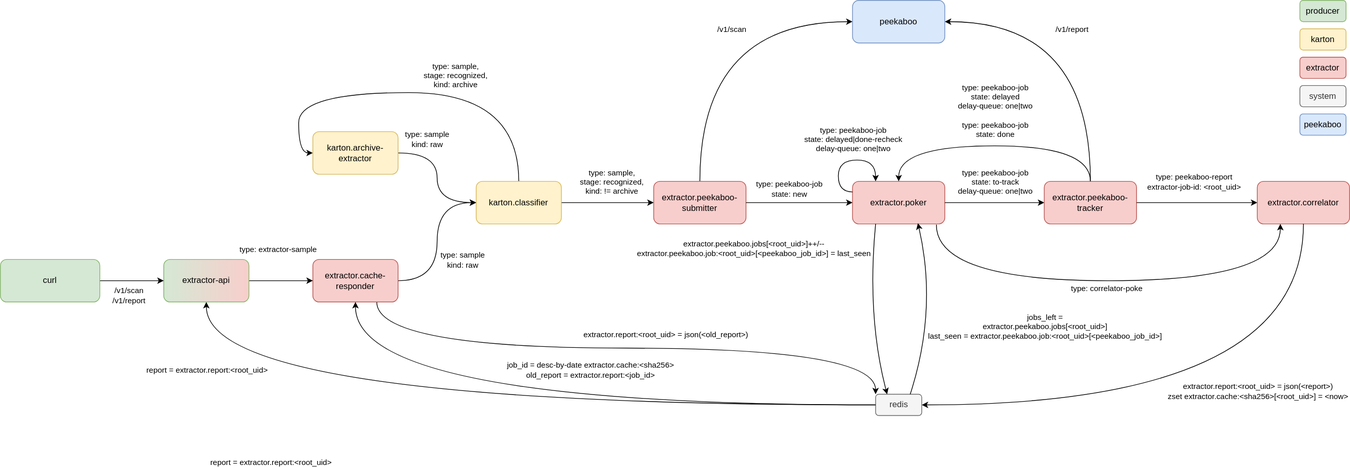
Above: extractor.svg in science-computing/expander (draw.io), before the change. Source tidied: cells renumbered, new cells last; positions are measured from the earlier drawing's top-left corner, leaving out a move shared by most shapes.
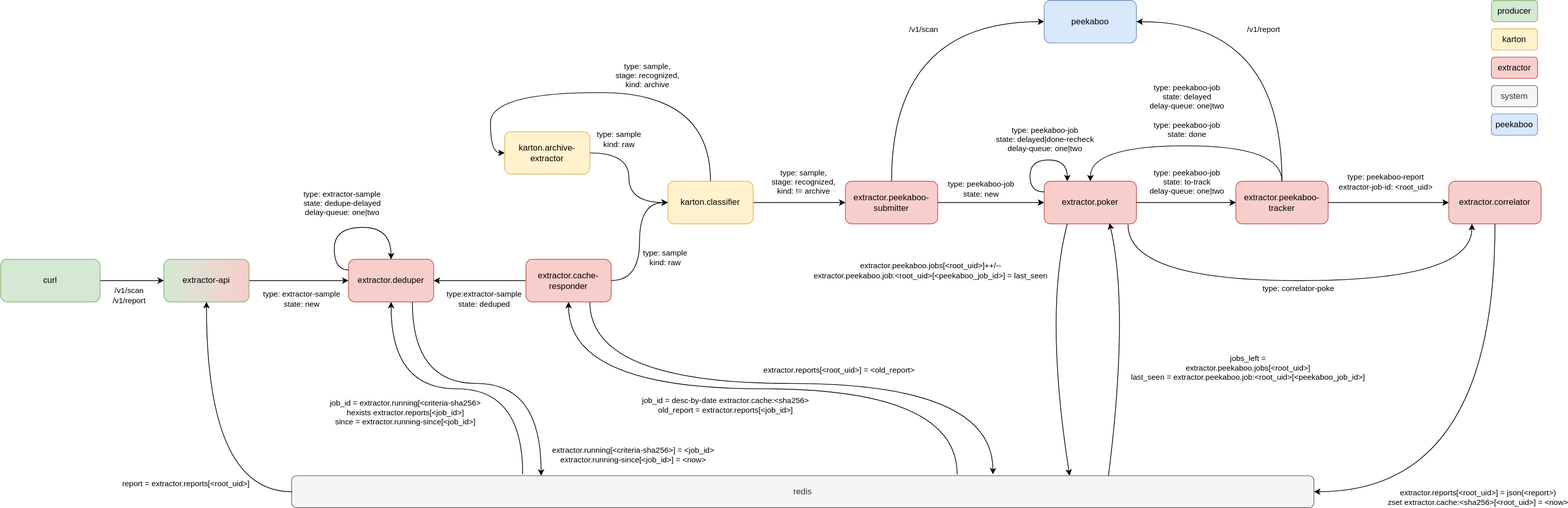
Above is the later version.

The edit, as a diff of the source:
```diff
@@ -30,17 +30,19 @@
         <mxPoint x="38" y="4" as="offset" />
       </mxGeometry>
     </mxCell>
-    <mxCell id="8" style="edgeStyle=orthogonalEdgeStyle;rounded=0;jettySize=auto;html=1;curved=1;entryX=0;entryY=0;entryDx=0;entryDy=0;exitX=0.75;exitY=1;exitDx=0;exitDy=0;" parent="1" edge="1" source="10" target="40">
-      <mxGeometry relative="1" as="geometry" />
+    <mxCell id="8" style="edgeStyle=orthogonalEdgeStyle;rounded=0;jettySize=auto;html=1;curved=1;entryX=0.686;entryY=-0.044;entryDx=0;entryDy=0;exitX=0.75;exitY=1;exitDx=0;exitDy=0;entryPerimeter=0;" parent="1" edge="1" source="10" target="40">
+      <mxGeometry relative="1" as="geometry">
+        <Array as="points">
+          <mxPoint x="560" y="540" />
+          <mxPoint x="1128" y="540" />
+        </Array>
+      </mxGeometry>
     </mxCell>
-    <mxCell id="9" value="&lt;div&gt;extractor.report:&amp;lt;root_uid&amp;gt; = json(&amp;lt;old_report&amp;gt;)&lt;/div&gt;" style="edgeLabel;html=1;align=center;verticalAlign=middle;" parent="8" vertex="1">
+    <mxCell id="9" value="&lt;div&gt;extractor.reports[&amp;lt;root_uid&amp;gt;] = &amp;lt;old_report&amp;gt;&lt;/div&gt;" style="edgeLabel;html=1;align=center;verticalAlign=middle;" parent="8" vertex="1">
       <mxGeometry x="0.09" y="-2" relative="1" as="geometry">
-        <mxPoint x="17" y="-22" as="offset" />
+        <mxPoint x="22" y="-22" as="offset" />
       </mxGeometry>
     </mxCell>
-    <mxCell id="10" value="extractor.cache-responder" style="whiteSpace=wrap;html=1;rounded=1;fillColor=#f8cecc;strokeColor=#b85450;gradientDirection=east;" parent="1" vertex="1">
-      <mxGeometry x="440" y="365" width="120" height="60" as="geometry" />
-    </mxCell>
     <mxCell id="11" style="edgeStyle=orthogonalEdgeStyle;curved=1;rounded=0;jettySize=auto;html=1;entryX=0;entryY=0.5;entryDx=0;entryDy=0;" parent="1" edge="1" source="13" target="5">
       <mxGeometry relative="1" as="geometry" />
     </mxCell>
@@ -164,30 +166,38 @@
     <mxCell id="37" value="system" style="whiteSpace=wrap;html=1;rounded=1;fillColor=#f5f5f5;strokeColor=#666666;fontColor=#333333;" parent="1" vertex="1">
       <mxGeometry x="1830" y="120" width="65" height="30" as="geometry" />
     </mxCell>
-    <mxCell id="38" style="edgeStyle=orthogonalEdgeStyle;curved=1;rounded=0;jettySize=auto;html=1;" parent="1" edge="1" source="40" target="10">
+    <mxCell id="38" style="edgeStyle=orthogonalEdgeStyle;curved=1;rounded=0;jettySize=auto;html=1;exitX=0.651;exitY=-0.044;exitDx=0;exitDy=0;exitPerimeter=0;" parent="1" edge="1" source="40" target="10">
       <mxGeometry relative="1" as="geometry" />
     </mxCell>
-    <mxCell id="39" value="&lt;div&gt;job_id = desc-by-date extractor.cache:&amp;lt;sha256&amp;gt;&lt;/div&gt;&lt;div&gt;old_report = extractor.report:&amp;lt;job_id&amp;gt;&lt;/div&gt;" style="edgeLabel;html=1;align=center;verticalAlign=middle;" parent="38" vertex="1">
+    <mxCell id="39" value="&lt;div&gt;job_id = desc-by-date extractor.cache:&amp;lt;sha256&amp;gt;&lt;/div&gt;&lt;div&gt;old_report = extractor.reports[&amp;lt;job_id&amp;gt;]&lt;/div&gt;" style="edgeLabel;html=1;align=center;verticalAlign=middle;" parent="38" vertex="1">
       <mxGeometry x="0.85" y="-42" relative="1" as="geometry">
-        <mxPoint x="288" y="31" as="offset" />
+        <mxPoint x="178" y="88" as="offset" />
       </mxGeometry>
     </mxCell>
+    <mxCell id="59" style="edgeStyle=orthogonalEdgeStyle;rounded=0;jettySize=auto;html=1;curved=1;exitX=0.226;exitY=-0.044;exitDx=0;exitDy=0;exitPerimeter=0;" parent="1" edge="1" source="40" target="66">
+      <mxGeometry relative="1" as="geometry" />
+    </mxCell>
+    <mxCell id="60" value="&lt;div&gt;job_id = extractor.running[&amp;lt;criteria-sha256&amp;gt;&lt;/div&gt;&lt;div&gt;hexists extractor.reports[&amp;lt;job_id&amp;gt;]&lt;br&gt;&lt;/div&gt;since = extractor.running-since[&amp;lt;job_id&amp;gt;]" style="edgeLabel;html=1;align=center;verticalAlign=middle;" parent="59" vertex="1">
+      <mxGeometry x="0.13" y="-3" relative="1" as="geometry">
+        <mxPoint x="-44" y="36" as="offset" />
+      </mxGeometry>
+    </mxCell>
     <mxCell id="40" value="redis" style="whiteSpace=wrap;html=1;rounded=1;fillColor=#f5f5f5;strokeColor=#666666;fontColor=#333333;" parent="1" vertex="1">
-      <mxGeometry x="1232.5" y="555" width="65" height="30" as="geometry" />
+      <mxGeometry x="140" y="670" width="1440" height="45" as="geometry" />
     </mxCell>
-    <mxCell id="41" style="curved=1;endArrow=classic;html=1;rounded=0;exitX=0.25;exitY=1;exitDx=0;exitDy=0;entryX=0.25;entryY=0;entryDx=0;entryDy=0;" parent="1" edge="1" source="24" target="40">
+    <mxCell id="41" style="curved=1;endArrow=classic;html=1;rounded=0;exitX=0.25;exitY=1;exitDx=0;exitDy=0;entryX=0.761;entryY=0;entryDx=0;entryDy=0;entryPerimeter=0;" parent="1" edge="1" source="24" target="40">
       <mxGeometry relative="1" as="geometry">
         <Array as="points">
-          <mxPoint x="1220" y="445" />
+          <mxPoint x="1200" y="440" />
         </Array>
       </mxGeometry>
     </mxCell>
     <mxCell id="42" value="&lt;div&gt;extractor.peekaboo.jobs[&amp;lt;root_uid&amp;gt;]++/--&lt;/div&gt;&lt;div&gt;extractor.peekaboo.job:&amp;lt;root_uid&amp;gt;[&amp;lt;peekaboo_job_id&amp;gt;] = last_seen&lt;br&gt;&lt;/div&gt;" style="edgeLabel;html=1;align=center;verticalAlign=middle;" parent="41" vertex="1">
-      <mxGeometry x="-0.13" y="2" relative="1" as="geometry">
-        <mxPoint x="-164" y="-71" as="offset" />
+      <mxGeometry x="-0.07" y="14" relative="1" as="geometry">
+        <mxPoint x="-180" y="-96" as="offset" />
       </mxGeometry>
     </mxCell>
-    <mxCell id="43" style="curved=1;endArrow=classic;html=1;rounded=0;exitX=0.75;exitY=0;exitDx=0;exitDy=0;entryX=0.708;entryY=0.983;entryDx=0;entryDy=0;entryPerimeter=0;" parent="1" edge="1" source="40" target="24">
+    <mxCell id="43" style="curved=1;endArrow=classic;html=1;rounded=0;entryX=0.708;entryY=0.983;entryDx=0;entryDy=0;entryPerimeter=0;exitX=0.799;exitY=0;exitDx=0;exitDy=0;exitPerimeter=0;" parent="1" edge="1" source="40" target="24">
       <mxGeometry relative="1" as="geometry">
         <Array as="points">
           <mxPoint x="1320" y="435" />
@@ -196,31 +206,31 @@
     </mxCell>
     <mxCell id="44" value="jobs_left = &lt;div&gt;extractor.peekaboo.jobs[&amp;lt;root_uid&amp;gt;]&lt;/div&gt;last_seen = extractor.peekaboo.job:&amp;lt;root_uid&amp;gt;[&amp;lt;peekaboo_job_id&amp;gt;]" style="edgeLabel;html=1;align=center;verticalAlign=middle;rotation=0;" parent="43" vertex="1">
       <mxGeometry x="0.17" y="4" relative="1" as="geometry">
-        <mxPoint x="159" y="44" as="offset" />
+        <mxPoint x="174" y="58" as="offset" />
       </mxGeometry>
     </mxCell>
     <mxCell id="45" style="endArrow=classic;html=1;rounded=0;entryX=1;entryY=0.5;entryDx=0;entryDy=0;exitX=0.5;exitY=1;exitDx=0;exitDy=0;edgeStyle=orthogonalEdgeStyle;curved=1;" parent="1" edge="1" source="36" target="40">
       <mxGeometry relative="1" as="geometry" />
     </mxCell>
-    <mxCell id="46" value="&lt;div&gt;extractor.report:&amp;lt;root_uid&amp;gt; = json(&amp;lt;report&amp;gt;)&lt;/div&gt;&lt;div&gt;zset extractor.cache:&amp;lt;sha256&amp;gt;[&amp;lt;root_uid&amp;gt;] = &amp;lt;now&amp;gt;&lt;br&gt;&lt;/div&gt;" style="edgeLabel;html=1;align=center;verticalAlign=middle;" parent="45" vertex="1">
+    <mxCell id="46" value="&lt;div&gt;extractor.reports[&amp;lt;root_uid&amp;gt;] = json(&amp;lt;report&amp;gt;)&lt;/div&gt;&lt;div&gt;zset extractor.cache:&amp;lt;sha256&amp;gt;[&amp;lt;root_uid&amp;gt;] = &amp;lt;now&amp;gt;&lt;br&gt;&lt;/div&gt;" style="edgeLabel;html=1;align=center;verticalAlign=middle;" parent="45" vertex="1">
       <mxGeometry x="0.18" y="-14" relative="1" as="geometry">
-        <mxPoint x="148" y="-6" as="offset" />
+        <mxPoint x="-11" y="11" as="offset" />
       </mxGeometry>
     </mxCell>
-    <mxCell id="47" style="endArrow=classic;html=1;rounded=0;exitX=0;exitY=0.5;exitDx=0;exitDy=0;edgeStyle=orthogonalEdgeStyle;curved=1;" parent="1" edge="1" source="40" target="54">
+    <mxCell id="47" style="endArrow=classic;html=1;rounded=0;edgeStyle=orthogonalEdgeStyle;curved=1;" parent="1" edge="1" source="40" target="54">
       <mxGeometry relative="1" as="geometry" />
     </mxCell>
-    <mxCell id="48" value="report = extractor.report:&amp;lt;root_uid&amp;gt;" style="edgeLabel;html=1;align=center;verticalAlign=middle;" parent="47" vertex="1">
-      <mxGeometry x="-0.09" relative="1" as="geometry">
-        <mxPoint x="-448" y="-50" as="offset" />
-      </mxGeometry>
-    </mxCell>
+    <mxCell id="61" value="report = extractor.reports[&amp;lt;root_uid&amp;gt;]" style="edgeLabel;html=1;align=center;verticalAlign=middle;" parent="47" vertex="1">
+      <mxGeometry x="-0.11" y="8" relative="1" as="geometry">
+        <mxPoint x="-22" y="40" as="offset" />
+      </mxGeometry>
+    </mxCell>
-    <mxCell id="49" style="edgeStyle=orthogonalEdgeStyle;curved=1;rounded=0;jettySize=auto;html=1;" parent="1" edge="1" source="54" target="10">
+    <mxCell id="49" style="edgeStyle=orthogonalEdgeStyle;curved=1;rounded=0;jettySize=auto;html=1;" parent="1" edge="1" source="54" target="66">
       <mxGeometry relative="1" as="geometry" />
     </mxCell>
-    <mxCell id="50" value="type: extractor-sample" style="edgeLabel;html=1;align=center;verticalAlign=middle;" parent="49" vertex="1">
+    <mxCell id="50" value="&lt;div&gt;type: extractor-sample&lt;/div&gt;&lt;div&gt;state: new&lt;br&gt;&lt;/div&gt;" style="edgeLabel;html=1;align=center;verticalAlign=middle;" parent="49" vertex="1">
       <mxGeometry x="0.22" relative="1" as="geometry">
-        <mxPoint x="-15" y="-45" as="offset" />
+        <mxPoint x="-13" y="25" as="offset" />
       </mxGeometry>
     </mxCell>
     <mxCell id="51" value="peekaboo" style="whiteSpace=wrap;html=1;rounded=1;fillColor=#dae8fc;strokeColor=#6c8ebf;" parent="1" vertex="1">
@@ -233,11 +243,8 @@
       <mxGeometry x="640" y="105" as="geometry" />
     </mxCell>
     <mxCell id="54" value="extractor-api" style="whiteSpace=wrap;html=1;rounded=1;fillColor=#d5e8d4;strokeColor=#82b366;gradientColor=#F8CECC;gradientDirection=east;" parent="1" vertex="1">
-      <mxGeometry x="230" y="365" width="120" height="60" as="geometry" />
+      <mxGeometry x="-40" y="365" width="120" height="60" as="geometry" />
     </mxCell>
-    <mxCell id="55" value="report = extractor.report:&amp;lt;root_uid&amp;gt;" style="edgeLabel;html=1;align=center;verticalAlign=middle;" parent="1" vertex="1">
-      <mxGeometry x="380.5" y="650" as="geometry" />
-    </mxCell>
     <mxCell id="56" style="edgeStyle=orthogonalEdgeStyle;curved=1;rounded=0;jettySize=auto;html=1;" parent="1" edge="1" source="58" target="54">
       <mxGeometry relative="1" as="geometry" />
     </mxCell>
@@ -247,7 +254,47 @@
       </mxGeometry>
     </mxCell>
     <mxCell id="58" value="curl" style="whiteSpace=wrap;html=1;rounded=1;fillColor=#d5e8d4;strokeColor=#82b366;" parent="1" vertex="1">
-      <mxGeometry y="365" width="140" height="60" as="geometry" />
+      <mxGeometry x="-270" y="365" width="140" height="60" as="geometry" />
     </mxCell>
+    <mxCell id="62" style="edgeStyle=orthogonalEdgeStyle;rounded=0;jettySize=auto;html=1;" parent="1" edge="1" source="10" target="66">
+      <mxGeometry relative="1" as="geometry" />
+    </mxCell>
+    <mxCell id="63" value="&lt;div&gt;type:extractor-sample&lt;/div&gt;&lt;div&gt;state: deduped&lt;/div&gt;" style="edgeLabel;html=1;align=center;verticalAlign=middle;" parent="62" vertex="1">
+      <mxGeometry x="0.3" y="4" relative="1" as="geometry">
+        <mxPoint x="25" y="21" as="offset" />
+      </mxGeometry>
+    </mxCell>
+    <mxCell id="64" style="edgeStyle=orthogonalEdgeStyle;rounded=0;jettySize=auto;html=1;curved=1;entryX=0.244;entryY=0;entryDx=0;entryDy=0;entryPerimeter=0;exitX=0.75;exitY=1;exitDx=0;exitDy=0;" parent="1" edge="1" source="66" target="40">
+      <mxGeometry relative="1" as="geometry">
+        <Array as="points">
+          <mxPoint x="310" y="540" />
+          <mxPoint x="491" y="540" />
+        </Array>
+      </mxGeometry>
+    </mxCell>
+    <mxCell id="65" value="&lt;div&gt;extractor.running[&amp;lt;criteria-sha256&amp;gt;] = &amp;lt;job_id&amp;gt;&lt;/div&gt;&lt;div&gt;extractor.running-since[&amp;lt;job_id&amp;gt;] = &amp;lt;now&amp;gt;&lt;br&gt;&lt;/div&gt;" style="edgeLabel;html=1;align=center;verticalAlign=middle;" parent="64" vertex="1">
+      <mxGeometry x="-0.58" y="69" relative="1" as="geometry">
+        <mxPoint x="241" y="125" as="offset" />
+      </mxGeometry>
+    </mxCell>
+    <mxCell id="66" value="extractor.deduper" style="whiteSpace=wrap;html=1;rounded=1;fillColor=#f8cecc;strokeColor=#b85450;gradientDirection=east;" parent="1" vertex="1">
+      <mxGeometry x="220" y="365" width="120" height="60" as="geometry" />
+    </mxCell>
+    <mxCell id="10" value="extractor.cache-responder" style="whiteSpace=wrap;html=1;rounded=1;fillColor=#f8cecc;strokeColor=#b85450;gradientDirection=east;" parent="1" vertex="1">
+      <mxGeometry x="470" y="365" width="120" height="60" as="geometry" />
+    </mxCell>
+    <mxCell id="67" style="edgeStyle=orthogonalEdgeStyle;curved=1;rounded=0;orthogonalLoop=1;jettySize=auto;html=1;exitX=0;exitY=0.25;exitDx=0;exitDy=0;entryX=0.5;entryY=0;entryDx=0;entryDy=0;" parent="1" edge="1" source="66" target="66">
+      <mxGeometry relative="1" as="geometry">
+        <Array as="points">
+          <mxPoint x="200" y="380" />
+          <mxPoint x="200" y="320" />
+        </Array>
+      </mxGeometry>
+    </mxCell>
+    <mxCell id="68" value="&lt;div&gt;type: extractor-sample&lt;/div&gt;&lt;div&gt;state: dedupe-delayed&lt;/div&gt;delay-queue: one|two" style="edgeLabel;html=1;align=center;verticalAlign=middle;" parent="67" vertex="1">
+      <mxGeometry x="-0.06" y="-1" relative="1" as="geometry">
+        <mxPoint x="-6" y="-36" as="offset" />
+      </mxGeometry>
+    </mxCell>
   </root>
 </mxGraphModel>
```
